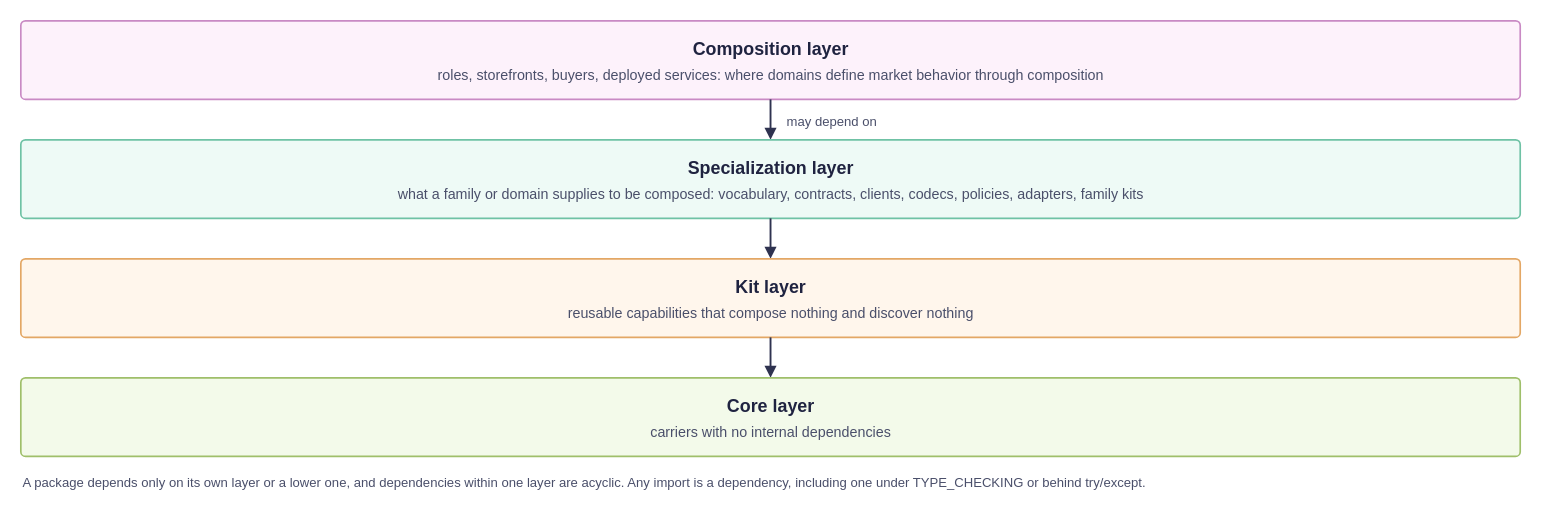
Earlier version of the draw.io diagram docs/development/diagrams/repository-layers.drawio (arkhai-io/simple-compute-market). Source tidied: cells renumbered, new cells numbered last; positions are measured from the earlier drawing's top-left corner, leaving out a move shared by most shapes. Both pictures are drawn from the tidied source at 119%, with x=0, y=0 at pixel (20, 20).
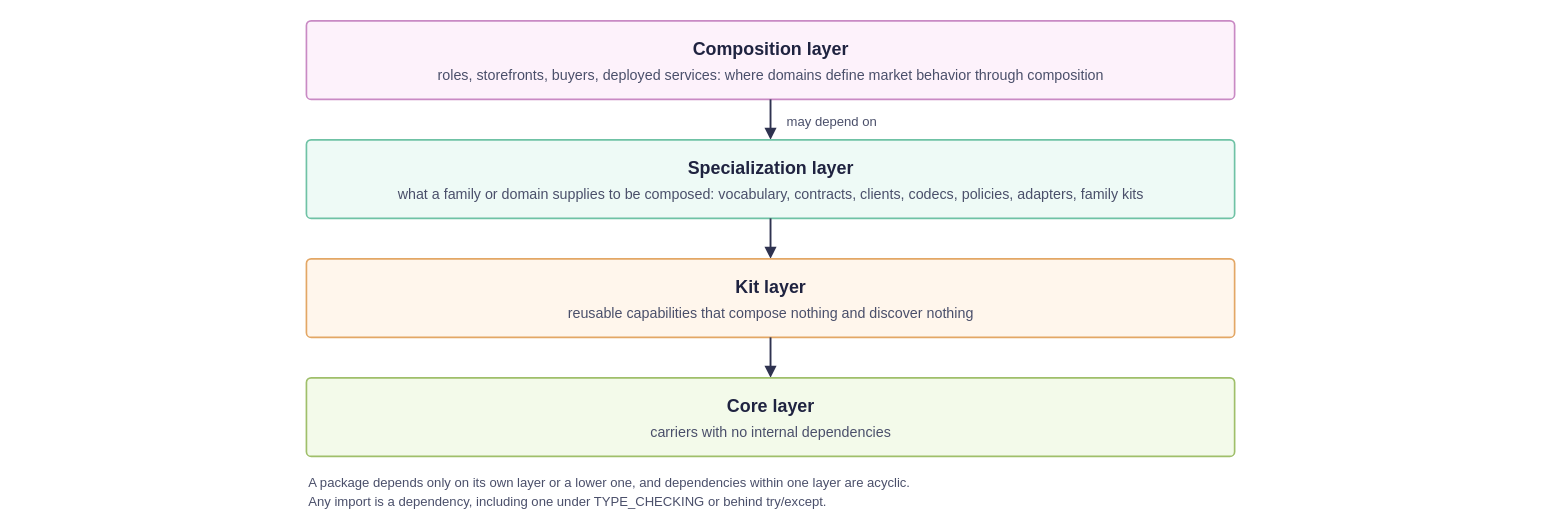
The same diagram, later.

Commit message (it also covers changes not shown here):
docs: standardize diagrams on draw.io and revise three of them

Change to the diagram source:
```diff
@@
     <mxCell id="2" style="rounded=1;arcSize=6;whiteSpace=wrap;html=1;fillColor=#fdf2fb;strokeColor=#c98ac4;strokeWidth=1.4;" parent="1" vertex="1">
-      <mxGeometry width="1260" height="66" as="geometry" />
+      <mxGeometry x="240" width="780" height="66" as="geometry" />
     </mxCell>
     <mxCell id="3" value="Composition layer" style="text;html=1;align=center;verticalAlign=middle;whiteSpace=nowrap;fontSize=15;fontColor=#1f2340;fontStyle=1;fontFamily=Helvetica;" parent="1" vertex="1">
-      <mxGeometry x="545" y="12" width="170.1" height="21" as="geometry" />
+      <mxGeometry x="544.9" y="12" width="170.1" height="21" as="geometry" />
     </mxCell>
@@
     <mxCell id="7" style="rounded=1;arcSize=6;whiteSpace=wrap;html=1;fillColor=#eefaf6;strokeColor=#6fc2a5;strokeWidth=1.4;" parent="1" vertex="1">
-      <mxGeometry y="100" width="1260" height="66" as="geometry" />
+      <mxGeometry x="240" y="100" width="780" height="66" as="geometry" />
     </mxCell>
@@
     <mxCell id="11" style="rounded=1;arcSize=6;whiteSpace=wrap;html=1;fillColor=#fff6ec;strokeColor=#e3a765;strokeWidth=1.4;" parent="1" vertex="1">
-      <mxGeometry y="200" width="1260" height="66" as="geometry" />
+      <mxGeometry x="240" y="200" width="780" height="66" as="geometry" />
     </mxCell>
@@
     <mxCell id="15" style="rounded=1;arcSize=6;whiteSpace=wrap;html=1;fillColor=#f3faea;strokeColor=#9fbf6a;strokeWidth=1.4;" parent="1" vertex="1">
-      <mxGeometry y="300" width="1260" height="66" as="geometry" />
+      <mxGeometry x="240" y="300" width="780" height="66" as="geometry" />
     </mxCell>
@@
-    <mxCell id="18" value="A package depends only on its own layer or a lower one, and dependencies within one layer are acyclic. Any import is a dependency, including one under TYPE_CHECKING or behind try/except." style="text;html=1;align=left;verticalAlign=middle;whiteSpace=nowrap;fontSize=11;fontColor=#4a4f6a;fontStyle=0;fontFamily=Helvetica;" parent="1" vertex="1">
-      <mxGeometry y="379" width="1280.5" height="17" as="geometry" />
+    <mxCell id="18" value="A package depends only on its own layer or a lower one, and dependencies within one layer are acyclic." style="text;html=1;align=left;verticalAlign=middle;whiteSpace=nowrap;fontSize=11;fontColor=#4a4f6a;fontStyle=0;fontFamily=Helvetica;" parent="1" vertex="1">
+      <mxGeometry x="240" y="379" width="707.6" height="17" as="geometry" />
     </mxCell>
+    <mxCell id="19" value="Any import is a dependency, including one under TYPE_CHECKING or behind try/except." style="text;html=1;align=left;verticalAlign=middle;whiteSpace=nowrap;fontSize=11;fontColor=#4a4f6a;fontStyle=0;fontFamily=Helvetica;" parent="1" vertex="1">
+      <mxGeometry x="240" y="395" width="578.1" height="17" as="geometry" />
+    </mxCell>
```
